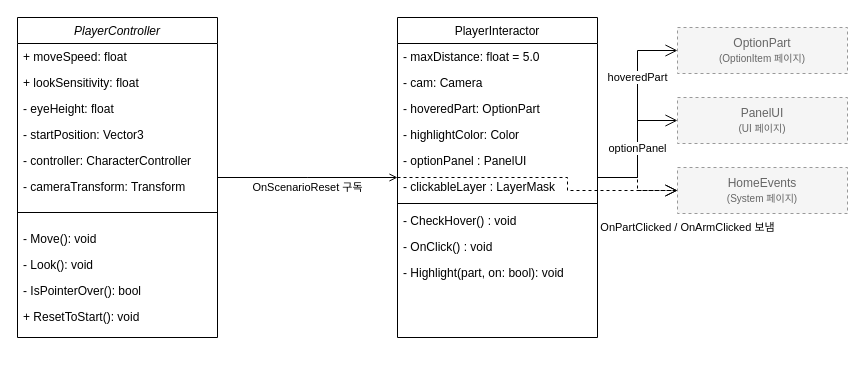
JJUNI-01-KOR/com-modelhouse keeps this draw.io diagram as page "Player" (1 of 7) of docs/COM_core_Devices.drawio. Above is the earlier version. Source tidied: cells renumbered, new cells numbered last; positions are measured from the earlier drawing's top-left corner, leaving out a move shared by most shapes. Both pictures are drawn from the tidied source at 100%, with x=0, y=0 at pixel (17, 17).
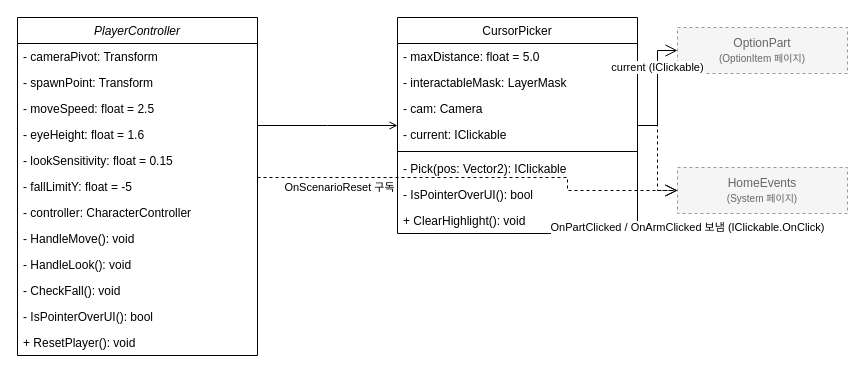
The same page after the edit.

Unchanged cells that the change refers to:
```xml
<mxCell id="26" value="OptionPart&lt;br&gt;&lt;font style=&quot;font-size:10px&quot;&gt;(OptionItem 페이지)&lt;/font&gt;" style="rounded=0;whiteSpace=wrap;html=1;dashed=1;fillColor=#f5f5f5;strokeColor=#999999;fontColor=#666666;" parent="1" vertex="1">
  <mxGeometry x="660" y="10" width="170" height="46" as="geometry" />
</mxCell>
<mxCell id="30" value="HomeEvents&lt;br&gt;&lt;font style=&quot;font-size:10px&quot;&gt;(System 페이지)&lt;/font&gt;" style="rounded=0;whiteSpace=wrap;html=1;dashed=1;fillColor=#f5f5f5;strokeColor=#999999;fontColor=#666666;" parent="1" vertex="1">
  <mxGeometry x="660" y="150" width="170" height="46" as="geometry" />
</mxCell>
```

Diff of the diagram source:
```diff
@@
     <mxCell id="2" value="PlayerController" style="swimlane;fontStyle=2;align=center;verticalAlign=top;horizontal=1;startSize=26;rounded=0;shadow=0;strokeWidth=1;" parent="1" vertex="1">
-      <mxGeometry width="200" height="320" as="geometry" />
+      <mxGeometry width="240" height="338" as="geometry" />
     </mxCell>
-    <mxCell id="3" value="+ moveSpeed: float " style="text;align=left;verticalAlign=top;spacingLeft=4;spacingRight=4;overflow=hidden;" parent="2" vertex="1">
-      <mxGeometry y="26" width="200" height="26" as="geometry" />
-    </mxCell>
-    <mxCell id="4" value="+ lookSensitivity: float " style="text;align=left;verticalAlign=top;spacingLeft=4;spacingRight=4;overflow=hidden;rounded=0;shadow=0;html=0;" parent="2" vertex="1">
-      <mxGeometry y="52" width="200" height="26" as="geometry" />
-    </mxCell>
-    <mxCell id="5" value="- eyeHeight: float " style="text;align=left;verticalAlign=top;spacingLeft=4;spacingRight=4;overflow=hidden;rounded=0;shadow=0;html=0;" parent="2" vertex="1">
-      <mxGeometry y="78" width="200" height="26" as="geometry" />
-    </mxCell>
-    <mxCell id="6" value="- startPosition: Vector3" style="text;align=left;verticalAlign=top;spacingLeft=4;spacingRight=4;overflow=hidden;rounded=0;shadow=0;html=0;" parent="2" vertex="1">
-      <mxGeometry y="104" width="200" height="26" as="geometry" />
-    </mxCell>
+    <mxCell id="33" value="- cameraPivot: Transform" style="text;align=left;verticalAlign=top;spacingLeft=4;spacingRight=4;overflow=hidden;" parent="2" vertex="1">
+      <mxGeometry y="26" width="240" height="26" as="geometry" />
+    </mxCell>
+    <mxCell id="34" value="- spawnPoint: Transform" style="text;align=left;verticalAlign=top;spacingLeft=4;spacingRight=4;overflow=hidden;" parent="2" vertex="1">
+      <mxGeometry y="52" width="240" height="26" as="geometry" />
+    </mxCell>
+    <mxCell id="35" value="- moveSpeed: float = 2.5" style="text;align=left;verticalAlign=top;spacingLeft=4;spacingRight=4;overflow=hidden;" parent="2" vertex="1">
+      <mxGeometry y="78" width="240" height="26" as="geometry" />
+    </mxCell>
+    <mxCell id="36" value="- eyeHeight: float = 1.6" style="text;align=left;verticalAlign=top;spacingLeft=4;spacingRight=4;overflow=hidden;" parent="2" vertex="1">
+      <mxGeometry y="104" width="240" height="26" as="geometry" />
+    </mxCell>
+    <mxCell id="37" value="- lookSensitivity: float = 0.15" style="text;align=left;verticalAlign=top;spacingLeft=4;spacingRight=4;overflow=hidden;" parent="2" vertex="1">
+      <mxGeometry y="130" width="240" height="26" as="geometry" />
+    </mxCell>
+    <mxCell id="38" value="- fallLimitY: float = -5" style="text;align=left;verticalAlign=top;spacingLeft=4;spacingRight=4;overflow=hidden;" parent="2" vertex="1">
+      <mxGeometry y="156" width="240" height="26" as="geometry" />
+    </mxCell>
-    <mxCell id="7" value="- controller: CharacterController" style="text;align=left;verticalAlign=top;spacingLeft=4;spacingRight=4;overflow=hidden;rounded=0;shadow=0;html=0;" parent="2" vertex="1">
-      <mxGeometry y="130" width="200" height="26" as="geometry" />
+    <mxCell id="7" value="- controller: CharacterController" style="text;align=left;verticalAlign=top;spacingLeft=4;spacingRight=4;overflow=hidden;" parent="2" vertex="1">
+      <mxGeometry y="182" width="240" height="26" as="geometry" />
     </mxCell>
-    <mxCell id="8" value="- cameraTransform: Transform" style="text;align=left;verticalAlign=top;spacingLeft=4;spacingRight=4;overflow=hidden;rounded=0;shadow=0;html=0;" parent="2" vertex="1">
-      <mxGeometry y="156" width="200" height="26" as="geometry" />
-    </mxCell>
-    <mxCell id="9" style="line;html=1;strokeWidth=1;align=left;verticalAlign=middle;spacingTop=-1;spacingLeft=3;spacingRight=3;labelPosition=right;" parent="2" vertex="1">
-      <mxGeometry y="182" width="200" height="26" as="geometry" />
-    </mxCell>
-    <mxCell id="10" value="- Move(): void" style="text;align=left;verticalAlign=top;spacingLeft=4;spacingRight=4;overflow=hidden;" parent="2" vertex="1">
-      <mxGeometry y="208" width="200" height="26" as="geometry" />
-    </mxCell>
-    <mxCell id="11" value="- Look(): void " style="text;align=left;verticalAlign=top;spacingLeft=4;spacingRight=4;overflow=hidden;" parent="2" vertex="1">
-      <mxGeometry y="234" width="200" height="26" as="geometry" />
-    </mxCell>
-    <mxCell id="12" value="- IsPointerOver(): bool" style="text;align=left;verticalAlign=top;spacingLeft=4;spacingRight=4;overflow=hidden;" parent="2" vertex="1">
-      <mxGeometry y="260" width="200" height="26" as="geometry" />
-    </mxCell>
-    <mxCell id="13" value="+ ResetToStart(): void" style="text;align=left;verticalAlign=top;spacingLeft=4;spacingRight=4;overflow=hidden;" parent="2" vertex="1">
-      <mxGeometry y="286" width="200" height="26" as="geometry" />
-    </mxCell>
+    <mxCell id="39" value="- HandleMove(): void" style="text;align=left;verticalAlign=top;spacingLeft=4;spacingRight=4;overflow=hidden;" parent="2" vertex="1">
+      <mxGeometry y="208" width="240" height="26" as="geometry" />
+    </mxCell>
+    <mxCell id="40" value="- HandleLook(): void" style="text;align=left;verticalAlign=top;spacingLeft=4;spacingRight=4;overflow=hidden;" parent="2" vertex="1">
+      <mxGeometry y="234" width="240" height="26" as="geometry" />
+    </mxCell>
+    <mxCell id="41" value="- CheckFall(): void" style="text;align=left;verticalAlign=top;spacingLeft=4;spacingRight=4;overflow=hidden;" parent="2" vertex="1">
+      <mxGeometry y="260" width="240" height="26" as="geometry" />
+    </mxCell>
+    <mxCell id="42" value="- IsPointerOverUI(): bool" style="text;align=left;verticalAlign=top;spacingLeft=4;spacingRight=4;overflow=hidden;" parent="2" vertex="1">
+      <mxGeometry y="286" width="240" height="26" as="geometry" />
+    </mxCell>
+    <mxCell id="43" value="+ ResetPlayer(): void" style="text;align=left;verticalAlign=top;spacingLeft=4;spacingRight=4;overflow=hidden;" parent="2" vertex="1">
+      <mxGeometry y="312" width="240" height="26" as="geometry" />
+    </mxCell>
-    <mxCell id="14" value="PlayerInteractor" style="swimlane;fontStyle=0;align=center;verticalAlign=top;horizontal=1;startSize=26;rounded=0;shadow=0;strokeWidth=1;" parent="1" vertex="1">
-      <mxGeometry x="380" width="200" height="320" as="geometry" />
+    <mxCell id="14" value="CursorPicker" style="swimlane;fontStyle=0;align=center;verticalAlign=top;horizontal=1;startSize=26;rounded=0;shadow=0;strokeWidth=1;" parent="1" vertex="1">
+      <mxGeometry x="380" width="240" height="216" as="geometry" />
     </mxCell>
-    <mxCell id="15" value="- maxDistance: float = 5.0   " style="text;align=left;verticalAlign=top;spacingLeft=4;spacingRight=4;overflow=hidden;" parent="14" vertex="1">
-      <mxGeometry y="26" width="200" height="26" as="geometry" />
+    <mxCell id="15" value="- maxDistance: float = 5.0" style="text;align=left;verticalAlign=top;spacingLeft=4;spacingRight=4;overflow=hidden;" parent="14" vertex="1">
+      <mxGeometry y="26" width="240" height="26" as="geometry" />
     </mxCell>
+    <mxCell id="44" value="- interactableMask: LayerMask" style="text;align=left;verticalAlign=top;spacingLeft=4;spacingRight=4;overflow=hidden;" parent="14" vertex="1">
+      <mxGeometry y="52" width="240" height="26" as="geometry" />
+    </mxCell>
-    <mxCell id="16" value="- cam: Camera" style="text;align=left;verticalAlign=top;spacingLeft=4;spacingRight=4;overflow=hidden;rounded=0;shadow=0;html=0;" parent="14" vertex="1">
-      <mxGeometry y="52" width="200" height="26" as="geometry" />
+    <mxCell id="16" value="- cam: Camera" style="text;align=left;verticalAlign=top;spacingLeft=4;spacingRight=4;overflow=hidden;" parent="14" vertex="1">
+      <mxGeometry y="78" width="240" height="26" as="geometry" />
     </mxCell>
-    <mxCell id="17" value="- hoveredPart: OptionPart" style="text;align=left;verticalAlign=top;spacingLeft=4;spacingRight=4;overflow=hidden;rounded=0;shadow=0;html=0;" parent="14" vertex="1">
-      <mxGeometry y="78" width="200" height="26" as="geometry" />
-    </mxCell>
-    <mxCell id="18" value="- highlightColor: Color" style="text;align=left;verticalAlign=top;spacingLeft=4;spacingRight=4;overflow=hidden;rounded=0;shadow=0;html=0;" parent="14" vertex="1">
-      <mxGeometry y="104" width="200" height="26" as="geometry" />
-    </mxCell>
-    <mxCell id="19" value="- optionPanel : PanelUI" style="text;align=left;verticalAlign=top;spacingLeft=4;spacingRight=4;overflow=hidden;rounded=0;shadow=0;html=0;" parent="14" vertex="1">
-      <mxGeometry y="130" width="200" height="26" as="geometry" />
-    </mxCell>
-    <mxCell id="20" value="- clickableLayer : LayerMask" style="text;align=left;verticalAlign=top;spacingLeft=4;spacingRight=4;overflow=hidden;" parent="14" vertex="1">
-      <mxGeometry y="156" width="200" height="26" as="geometry" />
-    </mxCell>
-    <mxCell id="21" style="line;html=1;strokeWidth=1;align=left;verticalAlign=middle;spacingTop=-1;spacingLeft=3;spacingRight=3;labelPosition=right;" parent="14" vertex="1">
-      <mxGeometry y="182" width="200" height="8" as="geometry" />
-    </mxCell>
-    <mxCell id="22" value="- CheckHover() : void&#10;" style="text;align=left;verticalAlign=top;spacingLeft=4;spacingRight=4;overflow=hidden;" parent="14" vertex="1">
-      <mxGeometry y="190" width="200" height="26" as="geometry" />
-    </mxCell>
-    <mxCell id="23" value="- OnClick() : void" style="text;align=left;verticalAlign=top;spacingLeft=4;spacingRight=4;overflow=hidden;" parent="14" vertex="1">
-      <mxGeometry y="216" width="200" height="26" as="geometry" />
-    </mxCell>
-    <mxCell id="24" value="- Highlight(part, on: bool): void" style="text;align=left;verticalAlign=top;spacingLeft=4;spacingRight=4;overflow=hidden;" parent="14" vertex="1">
-      <mxGeometry y="242" width="200" height="26" as="geometry" />
-    </mxCell>
+    <mxCell id="45" value="- current: IClickable" style="text;align=left;verticalAlign=top;spacingLeft=4;spacingRight=4;overflow=hidden;" parent="14" vertex="1">
+      <mxGeometry y="104" width="240" height="26" as="geometry" />
+    </mxCell>
+    <mxCell id="46" style="line;html=1;strokeWidth=1;align=left;verticalAlign=middle;spacingTop=-1;spacingLeft=3;spacingRight=3;labelPosition=right;" parent="14" vertex="1">
+      <mxGeometry y="130" width="240" height="8" as="geometry" />
+    </mxCell>
+    <mxCell id="47" value="- Pick(pos: Vector2): IClickable" style="text;align=left;verticalAlign=top;spacingLeft=4;spacingRight=4;overflow=hidden;" parent="14" vertex="1">
+      <mxGeometry y="138" width="240" height="26" as="geometry" />
+    </mxCell>
+    <mxCell id="48" value="- IsPointerOverUI(): bool" style="text;align=left;verticalAlign=top;spacingLeft=4;spacingRight=4;overflow=hidden;" parent="14" vertex="1">
+      <mxGeometry y="164" width="240" height="26" as="geometry" />
+    </mxCell>
+    <mxCell id="49" value="+ ClearHighlight(): void" style="text;align=left;verticalAlign=top;spacingLeft=4;spacingRight=4;overflow=hidden;" parent="14" vertex="1">
+      <mxGeometry y="190" width="240" height="26" as="geometry" />
+    </mxCell>
@@
-    <mxCell id="27" value="hoveredPart" style="endArrow=open;endSize=10;html=1;rounded=0;edgeStyle=orthogonalEdgeStyle;" parent="1" edge="1" source="14" target="26">
+    <mxCell id="27" value="current (IClickable)" style="endArrow=open;endSize=10;html=1;rounded=0;edgeStyle=orthogonalEdgeStyle;" parent="1" edge="1" source="14" target="26">
       <mxGeometry x="0.35" relative="1" as="geometry" />
     </mxCell>
-    <mxCell id="28" value="PanelUI&lt;br&gt;&lt;font style=&quot;font-size:10px&quot;&gt;(UI 페이지)&lt;/font&gt;" style="rounded=0;whiteSpace=wrap;html=1;dashed=1;fillColor=#f5f5f5;strokeColor=#999999;fontColor=#666666;" parent="1" vertex="1">
-      <mxGeometry x="660" y="80" width="170" height="46" as="geometry" />
-    </mxCell>
-    <mxCell id="29" value="optionPanel" style="endArrow=open;endSize=10;html=1;rounded=0;edgeStyle=orthogonalEdgeStyle;" parent="1" edge="1" source="14" target="28">
-      <mxGeometry relative="1" as="geometry" />
-    </mxCell>
@@
-    <mxCell id="31" value="OnPartClicked / OnArmClicked 보냄" style="endArrow=open;endSize=10;dashed=1;html=1;rounded=0;edgeStyle=orthogonalEdgeStyle;" parent="1" edge="1" source="14" target="30">
+    <mxCell id="31" value="OnPartClicked / OnArmClicked 보냄 (IClickable.OnClick)" style="endArrow=open;endSize=10;dashed=1;html=1;rounded=0;edgeStyle=orthogonalEdgeStyle;" parent="1" edge="1" source="14" target="30">
       <mxGeometry x="1" y="-38" relative="1" as="geometry">
         <mxPoint x="10" y="-1" as="offset" />
       </mxGeometry>
     </mxCell>
```
